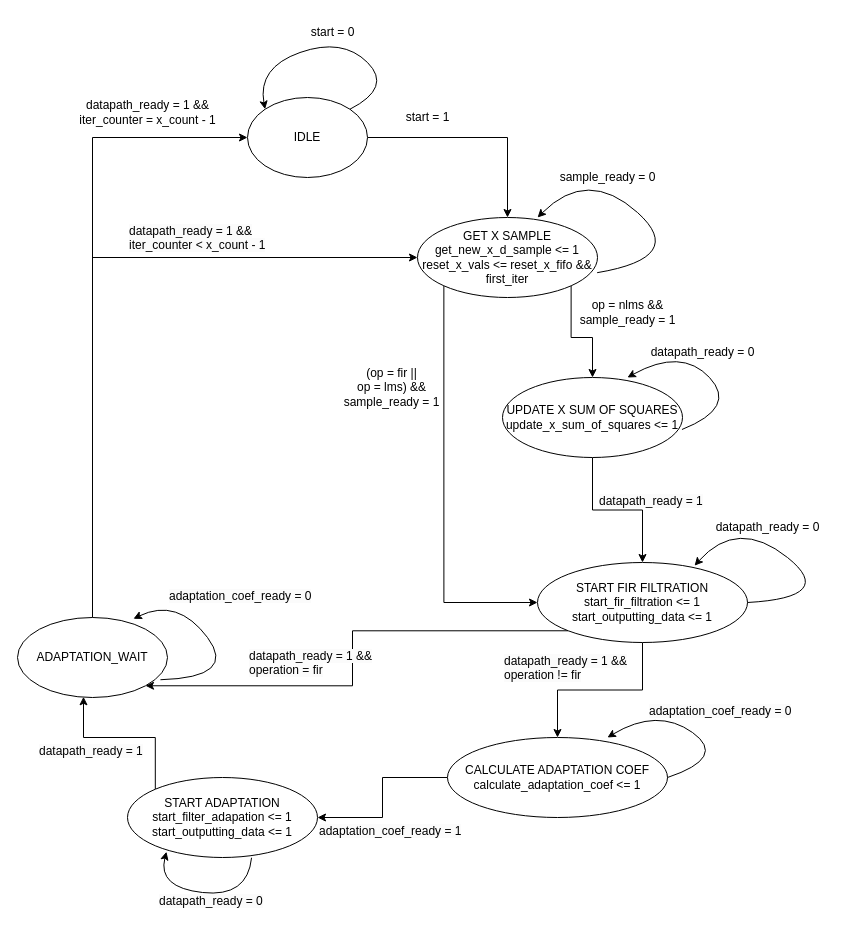
This is docs/main_fsm.drawio from Nowiczok/nlms_filter_acc, a draw.io file, before an edit. Source tidied: cells renumbered, new cells numbered last; positions are measured from the earlier drawing's top-left corner, leaving out a move shared by most shapes. Both pictures are drawn from the tidied source at 100%, with x=0, y=0 at pixel (17, 17).
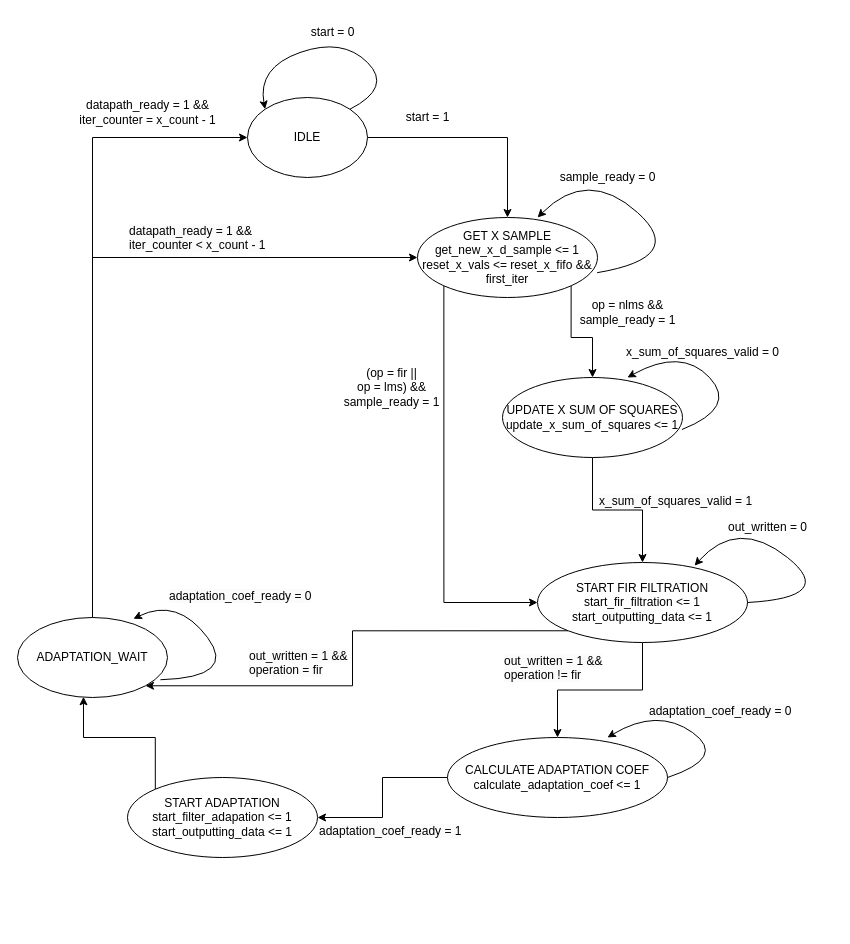
Above is the later version.

The change refers to these unchanged cells:
```xml
<mxCell id="30" value="START ADAPTATION&lt;br&gt;start_filter_adapation &amp;lt;= 1&lt;br&gt;start_outputting_data &amp;lt;= 1" style="ellipse;whiteSpace=wrap;html=1;" parent="1" vertex="1">
  <mxGeometry x="110" y="760" width="190" height="80" as="geometry" />
</mxCell>
```

Change to the diagram source:
```diff
@@
-    <mxCell id="19" value="datapath_ready = 0" style="text;html=1;align=center;verticalAlign=middle;strokeColor=none;fillColor=none;" parent="1" vertex="1">
-      <mxGeometry x="620" y="320" width="130" height="30" as="geometry" />
+    <mxCell id="19" value="x_sum_of_squares_valid = 0" style="text;html=1;align=center;verticalAlign=middle;strokeColor=none;fillColor=none;" parent="1" vertex="1">
+      <mxGeometry x="595" y="320" width="180" height="30" as="geometry" />
     </mxCell>
-    <mxCell id="20" value="&lt;span style=&quot;color: rgb(0, 0, 0); font-family: Helvetica; font-size: 12px; font-style: normal; font-variant-ligatures: normal; font-variant-caps: normal; font-weight: 400; letter-spacing: normal; orphans: 2; text-align: center; text-indent: 0px; text-transform: none; widows: 2; word-spacing: 0px; -webkit-text-stroke-width: 0px; background-color: rgb(251, 251, 251); text-decoration-thickness: initial; text-decoration-style: initial; text-decoration-color: initial; float: none; display: inline !important;&quot;&gt;datapath_ready = 1&lt;/span&gt;" style="text;whiteSpace=wrap;html=1;" parent="1" vertex="1">
-      <mxGeometry x="580" y="470" width="140" height="40" as="geometry" />
+    <mxCell id="20" value="&lt;span style=&quot;color: rgb(0, 0, 0); font-family: Helvetica; font-size: 12px; font-style: normal; font-variant-ligatures: normal; font-variant-caps: normal; font-weight: 400; letter-spacing: normal; orphans: 2; text-align: center; text-indent: 0px; text-transform: none; widows: 2; word-spacing: 0px; -webkit-text-stroke-width: 0px; background-color: rgb(251, 251, 251); text-decoration-thickness: initial; text-decoration-style: initial; text-decoration-color: initial; float: none; display: inline !important;&quot;&gt;x_sum_of_squares_valid = 1&lt;/span&gt;" style="text;whiteSpace=wrap;html=1;" parent="1" vertex="1">
+      <mxGeometry x="580" y="470" width="160" height="40" as="geometry" />
     </mxCell>
@@
-    <mxCell id="22" value="datapath_ready = 0" style="text;html=1;align=center;verticalAlign=middle;strokeColor=none;fillColor=none;" parent="1" vertex="1">
-      <mxGeometry x="685" y="495" width="130" height="30" as="geometry" />
+    <mxCell id="22" value="out_written = 0" style="text;html=1;align=center;verticalAlign=middle;strokeColor=none;fillColor=none;" parent="1" vertex="1">
+      <mxGeometry x="700" y="495" width="100" height="30" as="geometry" />
     </mxCell>
@@
-    <mxCell id="25" value="&lt;span style=&quot;color: rgb(0, 0, 0); font-family: Helvetica; font-size: 12px; font-style: normal; font-variant-ligatures: normal; font-variant-caps: normal; font-weight: 400; letter-spacing: normal; orphans: 2; text-align: center; text-indent: 0px; text-transform: none; widows: 2; word-spacing: 0px; -webkit-text-stroke-width: 0px; background-color: rgb(251, 251, 251); text-decoration-thickness: initial; text-decoration-style: initial; text-decoration-color: initial; float: none; display: inline !important;&quot;&gt;datapath_ready = 1 &amp;amp;&amp;amp;&lt;br&gt;operation != fir&lt;br&gt;&lt;/span&gt;" style="text;whiteSpace=wrap;html=1;" parent="1" vertex="1">
+    <mxCell id="25" value="&lt;span style=&quot;color: rgb(0, 0, 0); font-family: Helvetica; font-size: 12px; font-style: normal; font-variant-ligatures: normal; font-variant-caps: normal; font-weight: 400; letter-spacing: normal; orphans: 2; text-align: center; text-indent: 0px; text-transform: none; widows: 2; word-spacing: 0px; -webkit-text-stroke-width: 0px; background-color: rgb(251, 251, 251); text-decoration-thickness: initial; text-decoration-style: initial; text-decoration-color: initial; float: none; display: inline !important;&quot;&gt;out_written = 1 &amp;amp;&amp;amp;&lt;br&gt;operation != fir&lt;br&gt;&lt;/span&gt;" style="text;whiteSpace=wrap;html=1;" parent="1" vertex="1">
       <mxGeometry x="485" y="630" width="140" height="40" as="geometry" />
     </mxCell>
@@
-    <mxCell id="35" style="curved=1;endArrow=classic;html=1;rounded=0;entryX=0.205;entryY=0.928;entryDx=0;entryDy=0;entryPerimeter=0;exitX=0.653;exitY=1.003;exitDx=0;exitDy=0;exitPerimeter=0;" parent="1" edge="1" source="30" target="30">
-      <mxGeometry relative="1" as="geometry">
-        <Array as="points">
-          <mxPoint x="230" y="880" />
-          <mxPoint x="140" y="870" />
-        </Array>
-      </mxGeometry>
-    </mxCell>
-    <mxCell id="36" value="&lt;span style=&quot;color: rgb(0, 0, 0); font-family: Helvetica; font-size: 12px; font-style: normal; font-variant-ligatures: normal; font-variant-caps: normal; font-weight: 400; letter-spacing: normal; orphans: 2; text-align: center; text-indent: 0px; text-transform: none; widows: 2; word-spacing: 0px; -webkit-text-stroke-width: 0px; background-color: rgb(251, 251, 251); text-decoration-thickness: initial; text-decoration-style: initial; text-decoration-color: initial; float: none; display: inline !important;&quot;&gt;datapath_ready = 0&lt;/span&gt;" style="text;whiteSpace=wrap;html=1;" parent="1" vertex="1">
-      <mxGeometry x="140" y="870" width="140" height="40" as="geometry" />
-    </mxCell>
-    <mxCell id="37" value="&lt;span style=&quot;color: rgb(0, 0, 0); font-family: Helvetica; font-size: 12px; font-style: normal; font-variant-ligatures: normal; font-variant-caps: normal; font-weight: 400; letter-spacing: normal; orphans: 2; text-align: center; text-indent: 0px; text-transform: none; widows: 2; word-spacing: 0px; -webkit-text-stroke-width: 0px; background-color: rgb(251, 251, 251); text-decoration-thickness: initial; text-decoration-style: initial; text-decoration-color: initial; float: none; display: inline !important;&quot;&gt;datapath_ready = 1&lt;/span&gt;" style="text;whiteSpace=wrap;html=1;" parent="1" vertex="1">
-      <mxGeometry x="20" y="720" width="140" height="40" as="geometry" />
-    </mxCell>
@@
-    <mxCell id="42" value="&lt;span style=&quot;color: rgb(0, 0, 0); font-family: Helvetica; font-size: 12px; font-style: normal; font-variant-ligatures: normal; font-variant-caps: normal; font-weight: 400; letter-spacing: normal; orphans: 2; text-align: center; text-indent: 0px; text-transform: none; widows: 2; word-spacing: 0px; -webkit-text-stroke-width: 0px; background-color: rgb(251, 251, 251); text-decoration-thickness: initial; text-decoration-style: initial; text-decoration-color: initial; float: none; display: inline !important;&quot;&gt;datapath_ready = 1 &amp;amp;&amp;amp;&lt;/span&gt;&lt;br style=&quot;border-color: var(--border-color); color: rgb(0, 0, 0); font-family: Helvetica; font-size: 12px; font-style: normal; font-variant-ligatures: normal; font-variant-caps: normal; font-weight: 400; letter-spacing: normal; orphans: 2; text-align: center; text-indent: 0px; text-transform: none; widows: 2; word-spacing: 0px; -webkit-text-stroke-width: 0px; text-decoration-thickness: initial; text-decoration-style: initial; text-decoration-color: initial;&quot;&gt;&lt;span style=&quot;color: rgb(0, 0, 0); font-family: Helvetica; font-size: 12px; font-style: normal; font-variant-ligatures: normal; font-variant-caps: normal; font-weight: 400; letter-spacing: normal; orphans: 2; text-align: center; text-indent: 0px; text-transform: none; widows: 2; word-spacing: 0px; -webkit-text-stroke-width: 0px; background-color: rgb(251, 251, 251); text-decoration-thickness: initial; text-decoration-style: initial; text-decoration-color: initial; float: none; display: inline !important;&quot;&gt;operation = fir&lt;/span&gt;" style="text;whiteSpace=wrap;html=1;" parent="1" vertex="1">
+    <mxCell id="42" value="&lt;span style=&quot;color: rgb(0, 0, 0); font-family: Helvetica; font-size: 12px; font-style: normal; font-variant-ligatures: normal; font-variant-caps: normal; font-weight: 400; letter-spacing: normal; orphans: 2; text-align: center; text-indent: 0px; text-transform: none; widows: 2; word-spacing: 0px; -webkit-text-stroke-width: 0px; background-color: rgb(251, 251, 251); text-decoration-thickness: initial; text-decoration-style: initial; text-decoration-color: initial; float: none; display: inline !important;&quot;&gt;out_written&amp;nbsp;= 1 &amp;amp;&amp;amp;&lt;/span&gt;&lt;br style=&quot;border-color: var(--border-color); color: rgb(0, 0, 0); font-family: Helvetica; font-size: 12px; font-style: normal; font-variant-ligatures: normal; font-variant-caps: normal; font-weight: 400; letter-spacing: normal; orphans: 2; text-align: center; text-indent: 0px; text-transform: none; widows: 2; word-spacing: 0px; -webkit-text-stroke-width: 0px; text-decoration-thickness: initial; text-decoration-style: initial; text-decoration-color: initial;&quot;&gt;&lt;span style=&quot;color: rgb(0, 0, 0); font-family: Helvetica; font-size: 12px; font-style: normal; font-variant-ligatures: normal; font-variant-caps: normal; font-weight: 400; letter-spacing: normal; orphans: 2; text-align: center; text-indent: 0px; text-transform: none; widows: 2; word-spacing: 0px; -webkit-text-stroke-width: 0px; background-color: rgb(251, 251, 251); text-decoration-thickness: initial; text-decoration-style: initial; text-decoration-color: initial; float: none; display: inline !important;&quot;&gt;operation = fir&lt;/span&gt;" style="text;whiteSpace=wrap;html=1;" parent="1" vertex="1">
       <mxGeometry x="230" y="625" width="160" height="50" as="geometry" />
     </mxCell>
```
